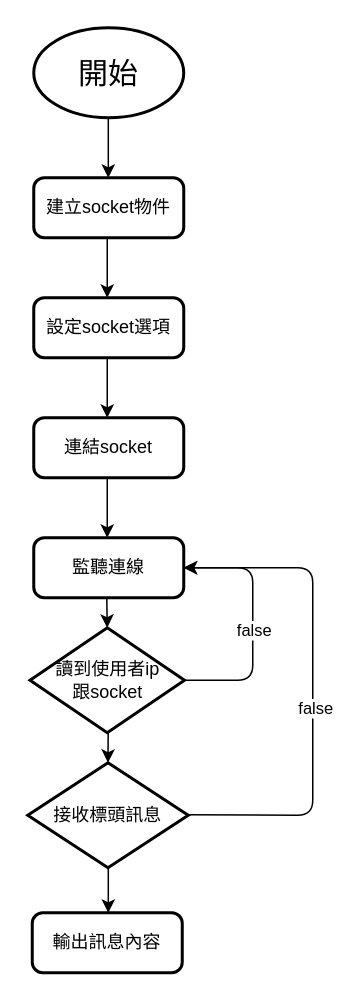
ChiaYunn/TensorFlow keeps this draw.io diagram as Untitled Diagram.drawio. Above is the earlier version. Source tidied: cells renumbered, new cells numbered last; positions are measured from the earlier drawing's top-left corner, leaving out a move shared by most shapes. Both pictures are drawn from the tidied source at 150%, with x=0, y=0 at pixel (27, 27).
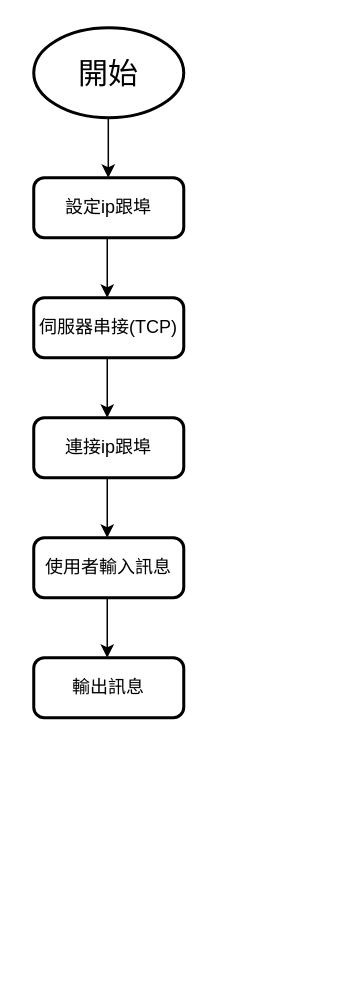
The same diagram, later.

Change to the diagram source:
```diff
@@
-    <mxCell id="3" value="建立socket物件" style="rounded=1;whiteSpace=wrap;html=1;absoluteArcSize=1;arcSize=14;strokeWidth=2;" parent="1" vertex="1">
+    <mxCell id="3" value="設定ip跟埠" style="rounded=1;whiteSpace=wrap;html=1;absoluteArcSize=1;arcSize=14;strokeWidth=2;" parent="1" vertex="1">
       <mxGeometry x="4" y="100" width="100" height="40" as="geometry" />
     </mxCell>
@@
-    <mxCell id="5" value="設定socket選項" style="rounded=1;whiteSpace=wrap;html=1;absoluteArcSize=1;arcSize=14;strokeWidth=2;" parent="1" vertex="1">
+    <mxCell id="5" value="伺服器串接(TCP)" style="rounded=1;whiteSpace=wrap;html=1;absoluteArcSize=1;arcSize=14;strokeWidth=2;" parent="1" vertex="1">
       <mxGeometry x="4" y="180" width="100" height="40" as="geometry" />
     </mxCell>
@@
-    <mxCell id="7" value="連結socket" style="rounded=1;whiteSpace=wrap;html=1;absoluteArcSize=1;arcSize=14;strokeWidth=2;" parent="1" vertex="1">
+    <mxCell id="7" value="連接ip跟埠" style="rounded=1;whiteSpace=wrap;html=1;absoluteArcSize=1;arcSize=14;strokeWidth=2;" parent="1" vertex="1">
       <mxGeometry x="4" y="260" width="100" height="40" as="geometry" />
     </mxCell>
-    <mxCell id="8" value="監聽連線" style="rounded=1;whiteSpace=wrap;html=1;absoluteArcSize=1;arcSize=14;strokeWidth=2;" parent="1" vertex="1">
+    <mxCell id="8" value="使用者輸入訊息" style="rounded=1;whiteSpace=wrap;html=1;absoluteArcSize=1;arcSize=14;strokeWidth=2;" parent="1" vertex="1">
       <mxGeometry x="4" y="340" width="100" height="40" as="geometry" />
     </mxCell>
@@
-    <mxCell id="11" style="endArrow=classic;html=1;entryX=0.5;entryY=0;entryDx=0;entryDy=0;entryPerimeter=0;" parent="1" edge="1" target="19">
-      <mxGeometry relative="1" as="geometry">
-        <mxPoint x="52.7" y="380" as="sourcePoint" />
-      </mxGeometry>
-    </mxCell>
-    <mxCell id="12" style="endArrow=classic;html=1;entryX=1;entryY=0.5;entryDx=0;entryDy=0;exitX=1;exitY=0.5;exitDx=0;exitDy=0;exitPerimeter=0;" parent="1" edge="1" source="19" target="8">
-      <mxGeometry relative="1" as="geometry">
-        <Array as="points">
-          <mxPoint x="150" y="435" />
-          <mxPoint x="150" y="360" />
-        </Array>
-      </mxGeometry>
-    </mxCell>
-    <mxCell id="13" value="false" style="edgeLabel;html=1;align=center;verticalAlign=middle;" parent="12" vertex="1">
-      <mxGeometry x="-0.06" y="-1" relative="1" as="geometry">
-        <mxPoint x="-0.7" y="-1" as="offset" />
-      </mxGeometry>
-    </mxCell>
-    <mxCell id="14" value="輸出訊息內容" style="rounded=1;whiteSpace=wrap;html=1;absoluteArcSize=1;arcSize=14;strokeWidth=2;" parent="1" vertex="1">
-      <mxGeometry x="3" y="590" width="100" height="40" as="geometry" />
-    </mxCell>
-    <mxCell id="15" style="endArrow=classic;html=1;" parent="1" edge="1">
-      <mxGeometry relative="1" as="geometry">
-        <mxPoint x="104" y="524.7" as="sourcePoint" />
-        <mxPoint x="104" y="360" as="targetPoint" />
-        <Array as="points">
-          <mxPoint x="190" y="525" />
-          <mxPoint x="190" y="360" />
-        </Array>
-      </mxGeometry>
-    </mxCell>
-    <mxCell id="16" value="false" style="edgeLabel;html=1;align=center;verticalAlign=middle;" parent="15" vertex="1">
-      <mxGeometry x="-0.06" y="-1" relative="1" as="geometry" />
-    </mxCell>
-    <mxCell id="17" style="endArrow=classic;html=1;exitX=0.5;exitY=1;exitDx=0;exitDy=0;" parent="1" edge="1">
-      <mxGeometry relative="1" as="geometry">
-        <mxPoint x="53.7" y="545" as="sourcePoint" />
-        <mxPoint x="53.7" y="590" as="targetPoint" />
-      </mxGeometry>
-    </mxCell>
-    <mxCell id="18" style="endArrow=classic;html=1;exitX=0.5;exitY=1;exitDx=0;exitDy=0;entryX=0.5;entryY=0;entryDx=0;entryDy=0;entryPerimeter=0;" parent="1" edge="1" target="20">
-      <mxGeometry relative="1" as="geometry">
-        <mxPoint x="53.7" y="459.5" as="sourcePoint" />
-      </mxGeometry>
-    </mxCell>
-    <mxCell id="19" value="&lt;span&gt;讀到使用者ip&lt;/span&gt;&lt;br&gt;&lt;span&gt;跟socket&lt;/span&gt;" style="strokeWidth=2;html=1;shape=mxgraph.flowchart.decision;whiteSpace=wrap;" parent="1" vertex="1">
-      <mxGeometry x="1.5" y="400" width="103" height="70" as="geometry" />
-    </mxCell>
-    <mxCell id="20" value="&lt;span&gt;接收標頭訊息&lt;/span&gt;" style="strokeWidth=2;html=1;shape=mxgraph.flowchart.decision;whiteSpace=wrap;" parent="1" vertex="1">
-      <mxGeometry y="490" width="107" height="70" as="geometry" />
-    </mxCell>
+    <mxCell id="21" value="輸出訊息" style="rounded=1;whiteSpace=wrap;html=1;absoluteArcSize=1;arcSize=14;strokeWidth=2;" parent="1" vertex="1">
+      <mxGeometry x="4" y="420" width="100" height="40" as="geometry" />
+    </mxCell>
+    <mxCell id="22" style="endArrow=classic;html=1;" parent="1" edge="1">
+      <mxGeometry relative="1" as="geometry">
+        <mxPoint x="53" y="380" as="sourcePoint" />
+        <mxPoint x="53" y="420" as="targetPoint" />
+      </mxGeometry>
+    </mxCell>
```
